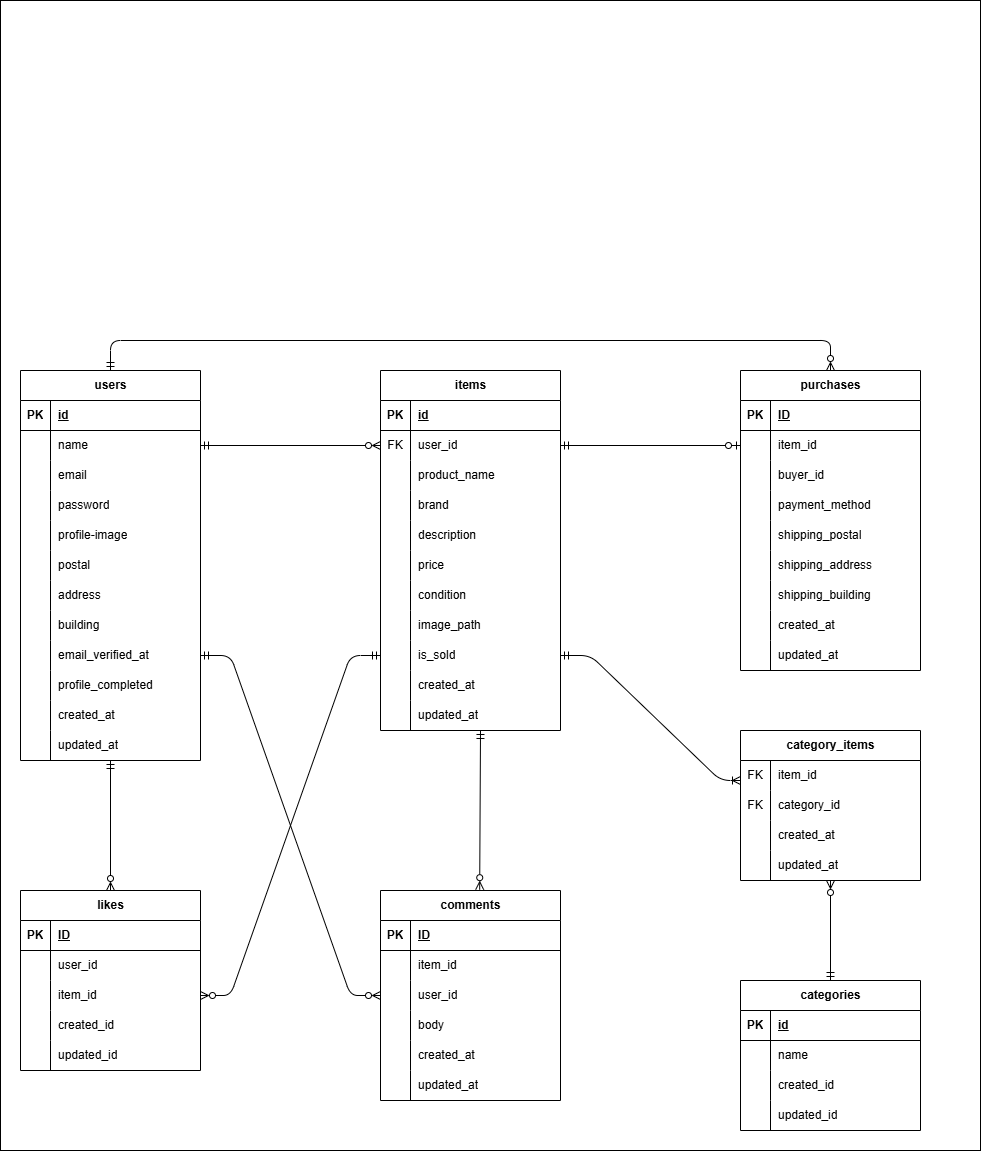
Above: erd.drawio.png in kumumuma05/free-market (draw.io), before the change. Source tidied: cells renumbered, new cells last; positions are measured from the earlier drawing's top-left corner, leaving out a move shared by most shapes.
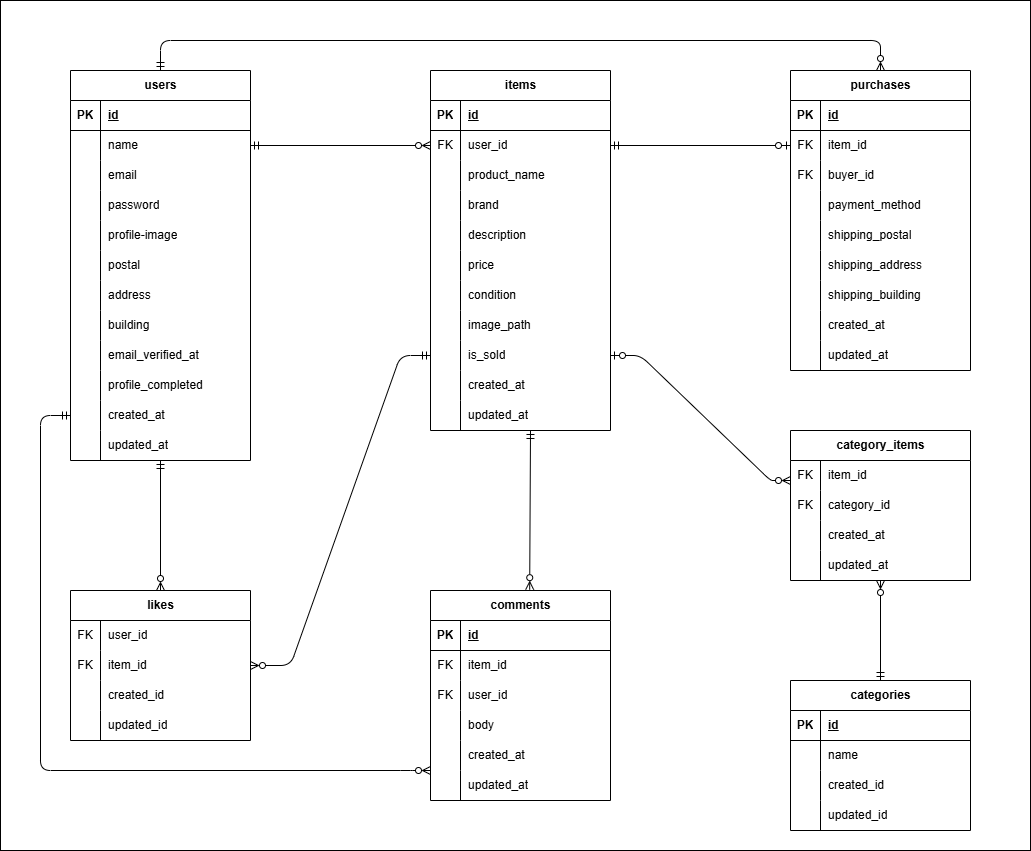
After the change.

The edit, as a diff of the source:
```diff
@@ -3,7 +3,7 @@
     <mxCell id="0" />
     <mxCell id="1" parent="0" />
     <mxCell id="2" style="rounded=0;whiteSpace=wrap;html=1;labelBackgroundColor=default;" parent="1" vertex="1">
-      <mxGeometry width="980" height="1150" as="geometry" />
+      <mxGeometry x="-50" y="300" width="1030" height="850" as="geometry" />
     </mxCell>
     <mxCell id="3" value="users" style="shape=table;startSize=30;rowLines=0;fontStyle=1;align=center;html=1;" parent="1" vertex="1">
       <mxGeometry x="20" y="370" width="180" height="390" as="geometry" />
@@ -164,13 +164,13 @@
     <mxCell id="55" value="PK" style="shape=partialRectangle;fillColor=none;top=0;left=0;bottom=0;right=0;fontStyle=1;overflow=hidden;whiteSpace=wrap;html=1;" parent="54" vertex="1">
       <mxGeometry width="30" height="30" as="geometry" />
     </mxCell>
-    <mxCell id="56" value="ID" style="shape=partialRectangle;fillColor=none;top=0;left=0;bottom=0;right=0;align=left;spacingLeft=6;fontStyle=5;overflow=hidden;whiteSpace=wrap;html=1;" parent="54" vertex="1">
+    <mxCell id="56" value="id" style="shape=partialRectangle;fillColor=none;top=0;left=0;bottom=0;right=0;align=left;spacingLeft=6;fontStyle=5;overflow=hidden;whiteSpace=wrap;html=1;" parent="54" vertex="1">
       <mxGeometry x="30" width="150" height="30" as="geometry" />
     </mxCell>
     <mxCell id="57" style="shape=tableRow;horizontal=0;startSize=0;swimlaneHead=0;swimlaneBody=0;fillColor=none;top=0;left=0;right=0;bottom=0;" parent="53" vertex="1">
       <mxGeometry y="60" width="180" height="30" as="geometry" />
     </mxCell>
-    <mxCell id="58" style="shape=partialRectangle;fillColor=none;top=0;left=0;bottom=0;right=0;overflow=hidden;whiteSpace=wrap;html=1;" parent="57" vertex="1">
+    <mxCell id="58" value="FK" style="shape=partialRectangle;fillColor=none;top=0;left=0;bottom=0;right=0;overflow=hidden;whiteSpace=wrap;html=1;" parent="57" vertex="1">
       <mxGeometry width="30" height="30" as="geometry" />
     </mxCell>
     <mxCell id="59" value="item_id" style="shape=partialRectangle;fillColor=none;top=0;left=0;bottom=0;right=0;align=left;spacingLeft=6;overflow=hidden;whiteSpace=wrap;html=1;" parent="57" vertex="1">
@@ -179,7 +179,7 @@
     <mxCell id="60" style="shape=tableRow;horizontal=0;startSize=0;swimlaneHead=0;swimlaneBody=0;fillColor=none;points=[[0,0.5],[1,0.5]];portConstraint=eastwest;top=0;left=0;right=0;bottom=0;" parent="53" vertex="1">
       <mxGeometry y="90" width="180" height="30" as="geometry" />
     </mxCell>
-    <mxCell id="61" style="shape=partialRectangle;fillColor=none;top=0;left=0;bottom=0;right=0;overflow=hidden;whiteSpace=wrap;html=1;" parent="60" vertex="1">
+    <mxCell id="61" value="FK" style="shape=partialRectangle;fillColor=none;top=0;left=0;bottom=0;right=0;overflow=hidden;whiteSpace=wrap;html=1;" parent="60" vertex="1">
       <mxGeometry width="30" height="30" as="geometry" />
     </mxCell>
     <mxCell id="62" value="user_id" style="shape=partialRectangle;fillColor=none;top=0;left=0;bottom=0;right=0;align=left;spacingLeft=6;overflow=hidden;whiteSpace=wrap;html=1;" parent="60" vertex="1">
@@ -252,46 +252,37 @@
       <mxGeometry x="30" width="150" height="30" as="geometry" />
     </mxCell>
     <mxCell id="85" value="likes" style="shape=table;startSize=30;rowLines=0;fontStyle=1;align=center;html=1;" parent="1" vertex="1">
-      <mxGeometry x="20" y="890" width="180" height="180" as="geometry" />
+      <mxGeometry x="20" y="890" width="180" height="150" as="geometry" />
     </mxCell>
-    <mxCell id="86" style="shape=tableRow;horizontal=0;startSize=0;swimlaneHead=0;swimlaneBody=0;fillColor=none;top=0;left=0;right=0;bottom=1;" parent="85" vertex="1">
-      <mxGeometry y="30" width="180" height="30" as="geometry" />
-    </mxCell>
-    <mxCell id="87" value="PK" style="shape=partialRectangle;fillColor=none;top=0;left=0;bottom=0;right=0;fontStyle=1;overflow=hidden;whiteSpace=wrap;html=1;" parent="86" vertex="1">
-      <mxGeometry width="30" height="30" as="geometry" />
-    </mxCell>
-    <mxCell id="88" value="ID" style="shape=partialRectangle;fillColor=none;top=0;left=0;bottom=0;right=0;align=left;spacingLeft=6;fontStyle=5;overflow=hidden;whiteSpace=wrap;html=1;" parent="86" vertex="1">
-      <mxGeometry x="30" width="150" height="30" as="geometry" />
-    </mxCell>
     <mxCell id="89" style="shape=tableRow;horizontal=0;startSize=0;swimlaneHead=0;swimlaneBody=0;fillColor=none;top=0;left=0;right=0;bottom=0;" parent="85" vertex="1">
-      <mxGeometry y="60" width="180" height="30" as="geometry" />
+      <mxGeometry y="30" width="180" height="30" as="geometry" />
     </mxCell>
-    <mxCell id="90" style="shape=partialRectangle;fillColor=none;top=0;left=0;bottom=0;right=0;overflow=hidden;whiteSpace=wrap;html=1;" parent="89" vertex="1">
+    <mxCell id="90" value="FK" style="shape=partialRectangle;fillColor=none;top=0;left=0;bottom=0;right=0;overflow=hidden;whiteSpace=wrap;html=1;" parent="89" vertex="1">
       <mxGeometry width="30" height="30" as="geometry" />
     </mxCell>
     <mxCell id="91" value="user_id" style="shape=partialRectangle;fillColor=none;top=0;left=0;bottom=0;right=0;align=left;spacingLeft=6;overflow=hidden;whiteSpace=wrap;html=1;" parent="89" vertex="1">
       <mxGeometry x="30" width="150" height="30" as="geometry" />
     </mxCell>
     <mxCell id="92" style="shape=tableRow;horizontal=0;startSize=0;swimlaneHead=0;swimlaneBody=0;fillColor=none;points=[[0,0.5],[1,0.5]];portConstraint=eastwest;top=0;left=0;right=0;bottom=0;" parent="85" vertex="1">
-      <mxGeometry y="90" width="180" height="30" as="geometry" />
+      <mxGeometry y="60" width="180" height="30" as="geometry" />
     </mxCell>
-    <mxCell id="93" style="shape=partialRectangle;fillColor=none;top=0;left=0;bottom=0;right=0;overflow=hidden;whiteSpace=wrap;html=1;" parent="92" vertex="1">
+    <mxCell id="93" value="FK" style="shape=partialRectangle;fillColor=none;top=0;left=0;bottom=0;right=0;overflow=hidden;whiteSpace=wrap;html=1;" parent="92" vertex="1">
       <mxGeometry width="30" height="30" as="geometry" />
     </mxCell>
     <mxCell id="94" value="item_id" style="shape=partialRectangle;fillColor=none;top=0;left=0;bottom=0;right=0;align=left;spacingLeft=6;overflow=hidden;whiteSpace=wrap;html=1;" parent="92" vertex="1">
       <mxGeometry x="30" width="150" height="30" as="geometry" />
     </mxCell>
-    <mxCell id="95" style="shape=tableRow;horizontal=0;startSize=0;swimlaneHead=0;swimlaneBody=0;fillColor=none;top=0;left=0;right=0;bottom=0;" parent="85" vertex="1">
-      <mxGeometry y="120" width="180" height="30" as="geometry" />
-    </mxCell>
+    <mxCell id="172" style="shape=tableRow;horizontal=0;startSize=0;swimlaneHead=0;swimlaneBody=0;fillColor=none;top=0;left=0;right=0;bottom=0;" parent="85" vertex="1">
+      <mxGeometry y="90" width="180" height="30" as="geometry" />
+    </mxCell>
-    <mxCell id="96" style="shape=partialRectangle;fillColor=none;top=0;left=0;bottom=0;right=0;overflow=hidden;whiteSpace=wrap;html=1;" parent="95" vertex="1">
+    <mxCell id="96" style="shape=partialRectangle;fillColor=none;top=0;left=0;bottom=0;right=0;overflow=hidden;whiteSpace=wrap;html=1;" parent="172" vertex="1">
       <mxGeometry width="30" height="30" as="geometry" />
     </mxCell>
-    <mxCell id="97" value="created_id" style="shape=partialRectangle;fillColor=none;top=0;left=0;bottom=0;right=0;align=left;spacingLeft=6;overflow=hidden;whiteSpace=wrap;html=1;" parent="95" vertex="1">
+    <mxCell id="97" value="created_id" style="shape=partialRectangle;fillColor=none;top=0;left=0;bottom=0;right=0;align=left;spacingLeft=6;overflow=hidden;whiteSpace=wrap;html=1;" parent="172" vertex="1">
       <mxGeometry x="30" width="150" height="30" as="geometry" />
     </mxCell>
     <mxCell id="98" style="shape=tableRow;horizontal=0;startSize=0;swimlaneHead=0;swimlaneBody=0;fillColor=none;top=0;left=0;right=0;bottom=0;" parent="85" vertex="1">
-      <mxGeometry y="150" width="180" height="30" as="geometry" />
+      <mxGeometry y="120" width="180" height="30" as="geometry" />
     </mxCell>
     <mxCell id="99" style="shape=partialRectangle;fillColor=none;top=0;left=0;bottom=0;right=0;overflow=hidden;whiteSpace=wrap;html=1;" parent="98" vertex="1">
       <mxGeometry width="30" height="30" as="geometry" />
@@ -410,13 +401,13 @@
     <mxCell id="137" value="PK" style="shape=partialRectangle;fillColor=none;top=0;left=0;bottom=0;right=0;fontStyle=1;overflow=hidden;whiteSpace=wrap;html=1;" parent="136" vertex="1">
       <mxGeometry width="30" height="30" as="geometry" />
     </mxCell>
-    <mxCell id="138" value="ID" style="shape=partialRectangle;fillColor=none;top=0;left=0;bottom=0;right=0;align=left;spacingLeft=6;fontStyle=5;overflow=hidden;whiteSpace=wrap;html=1;" parent="136" vertex="1">
+    <mxCell id="138" value="id" style="shape=partialRectangle;fillColor=none;top=0;left=0;bottom=0;right=0;align=left;spacingLeft=6;fontStyle=5;overflow=hidden;whiteSpace=wrap;html=1;" parent="136" vertex="1">
       <mxGeometry x="30" width="150" height="30" as="geometry" />
     </mxCell>
     <mxCell id="139" style="shape=tableRow;horizontal=0;startSize=0;swimlaneHead=0;swimlaneBody=0;fillColor=none;points=[[0,0.5],[1,0.5]];portConstraint=eastwest;top=0;left=0;right=0;bottom=0;" parent="135" vertex="1">
       <mxGeometry y="60" width="180" height="30" as="geometry" />
     </mxCell>
-    <mxCell id="140" style="shape=partialRectangle;fillColor=none;top=0;left=0;bottom=0;right=0;overflow=hidden;whiteSpace=wrap;html=1;" parent="139" vertex="1">
+    <mxCell id="140" value="FK" style="shape=partialRectangle;fillColor=none;top=0;left=0;bottom=0;right=0;overflow=hidden;whiteSpace=wrap;html=1;" parent="139" vertex="1">
       <mxGeometry width="30" height="30" as="geometry" />
     </mxCell>
     <mxCell id="141" value="item_id" style="shape=partialRectangle;fillColor=none;top=0;left=0;bottom=0;right=0;align=left;spacingLeft=6;overflow=hidden;whiteSpace=wrap;html=1;" parent="139" vertex="1">
@@ -425,7 +416,7 @@
     <mxCell id="142" style="shape=tableRow;horizontal=0;startSize=0;swimlaneHead=0;swimlaneBody=0;fillColor=none;top=0;left=0;right=0;bottom=0;" parent="135" vertex="1">
       <mxGeometry y="90" width="180" height="30" as="geometry" />
     </mxCell>
-    <mxCell id="143" style="shape=partialRectangle;fillColor=none;top=0;left=0;bottom=0;right=0;overflow=hidden;whiteSpace=wrap;html=1;" parent="142" vertex="1">
+    <mxCell id="143" value="FK" style="shape=partialRectangle;fillColor=none;top=0;left=0;bottom=0;right=0;overflow=hidden;whiteSpace=wrap;html=1;" parent="142" vertex="1">
       <mxGeometry width="30" height="30" as="geometry" />
     </mxCell>
     <mxCell id="144" value="buyer_id" style="shape=partialRectangle;fillColor=none;top=0;left=0;bottom=0;right=0;align=left;spacingLeft=6;overflow=hidden;whiteSpace=wrap;html=1;" parent="142" vertex="1">
@@ -497,7 +488,7 @@
       <mxGeometry relative="1" as="geometry">
         <Array as="points">
           <mxPoint x="350" y="655" />
-          <mxPoint x="230" y="995" />
+          <mxPoint x="240" y="965" />
         </Array>
       </mxGeometry>
     </mxCell>
@@ -506,11 +497,13 @@
         <mxPoint x="480" y="730" as="sourcePoint" />
       </mxGeometry>
     </mxCell>
-    <mxCell id="167" style="fontSize=12;html=1;endArrow=ERzeroToMany;entryX=0;entryY=0.5;entryDx=0;entryDy=0;startArrow=ERmandOne;startFill=0;endFill=0;exitX=1;exitY=0.5;exitDx=0;exitDy=0;" parent="1" edge="1" source="28" target="60">
+    <mxCell id="167" style="fontSize=12;html=1;endArrow=ERzeroToMany;startArrow=ERmandOne;startFill=0;endFill=0;exitX=0;exitY=0.5;exitDx=0;exitDy=0;" parent="1" edge="1" source="34">
       <mxGeometry relative="1" as="geometry">
+        <mxPoint x="380" y="1070" as="targetPoint" />
         <Array as="points">
-          <mxPoint x="230" y="655" />
-          <mxPoint x="350" y="995" />
+          <mxPoint x="-10" y="715" />
+          <mxPoint x="-10" y="1070" />
+          <mxPoint x="360" y="1070" />
         </Array>
       </mxGeometry>
     </mxCell>
@@ -525,7 +518,7 @@
         </Array>
       </mxGeometry>
     </mxCell>
-    <mxCell id="170" style="fontSize=12;html=1;endArrow=ERoneToMany;startArrow=ERmandOne;startFill=0;endFill=0;exitX=1;exitY=0.5;exitDx=0;exitDy=0;" parent="1" edge="1" source="126">
+    <mxCell id="170" style="fontSize=12;html=1;endArrow=ERzeroToMany;startArrow=ERzeroToOne;startFill=0;endFill=0;exitX=1;exitY=0.5;exitDx=0;exitDy=0;" parent="1" edge="1" source="126">
       <mxGeometry relative="1" as="geometry">
         <mxPoint x="740" y="780" as="targetPoint" />
         <Array as="points">
```
